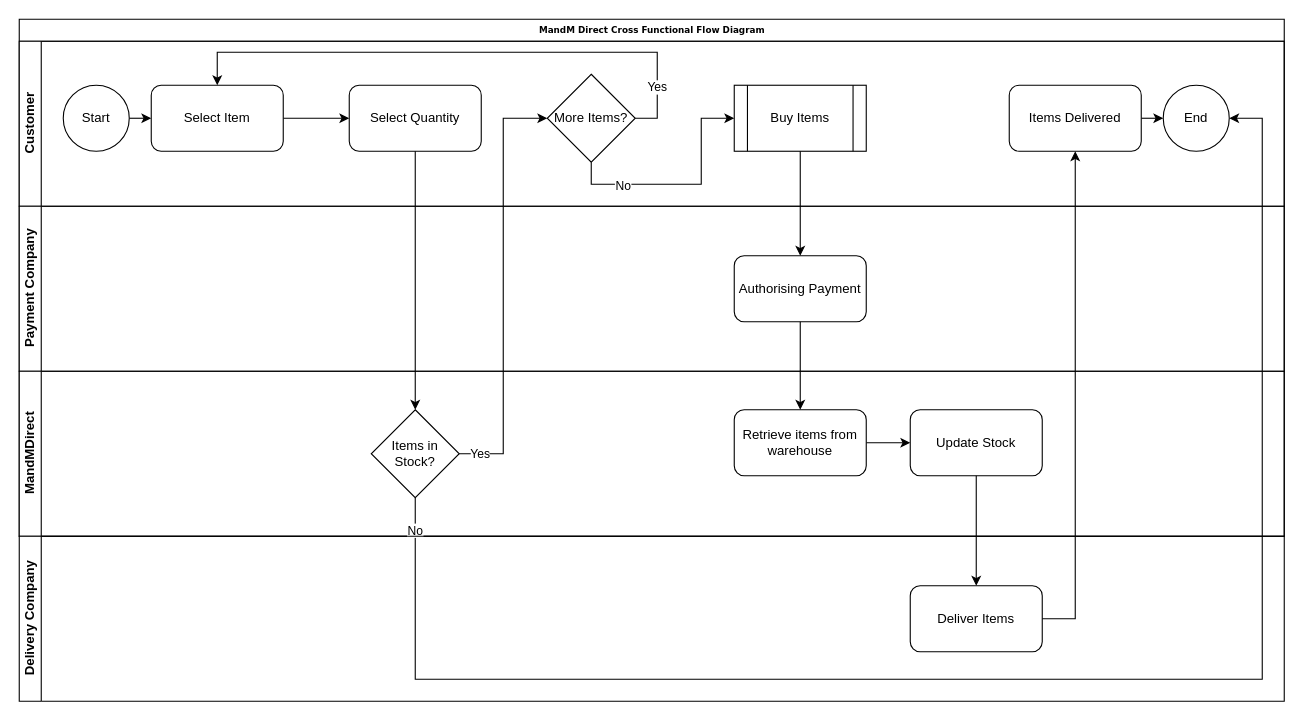
The draw.io diagram week1/Cross Functional Flow Diagram Shop.drawio in Darren-ODonnell/BusinessModellingDiagrams, before the edit. Source tidied: cells renumbered, new cells numbered last; positions are measured from the earlier drawing's top-left corner, leaving out a move shared by most shapes. Both pictures are drawn from the tidied source at 110%, with x=0, y=0 at pixel (19, 19).
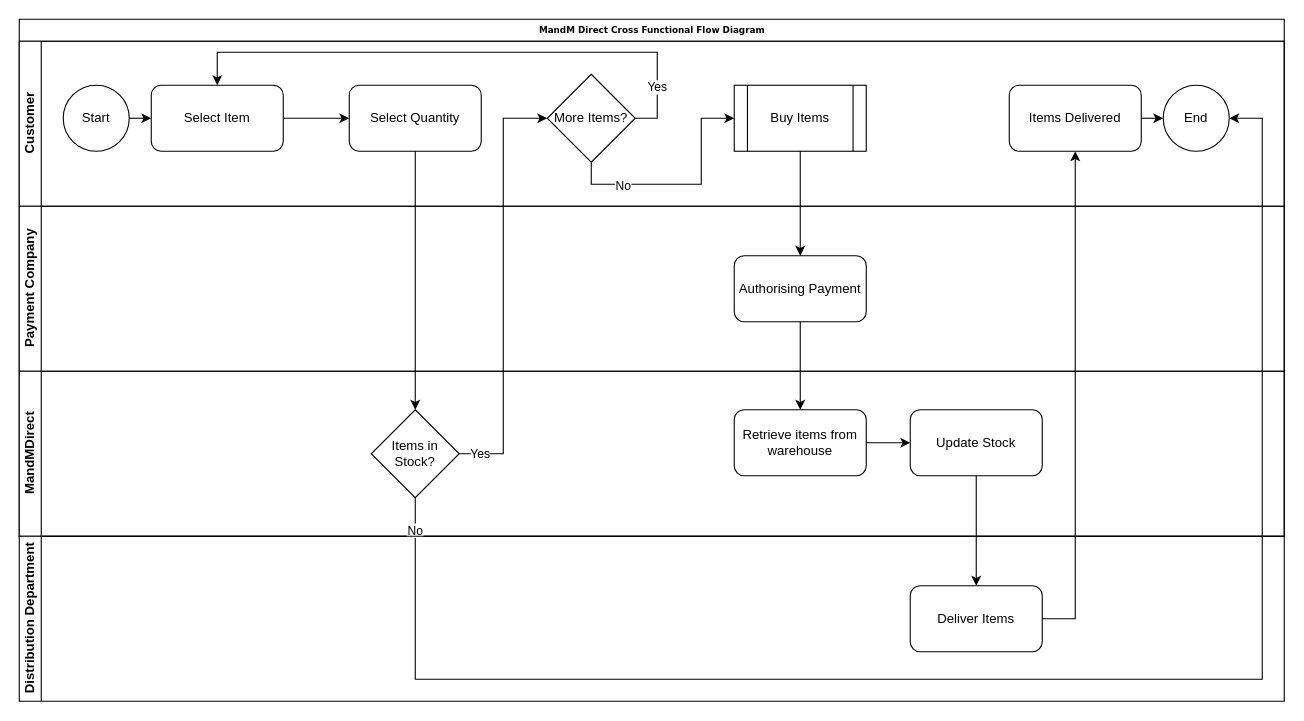
The same diagram, later.

The edit, as a diff of the source:
```diff
@@
-    <mxCell id="28" value="Delivery Company" style="swimlane;html=1;startSize=20;horizontal=0;" parent="1" vertex="1">
+    <mxCell id="28" value="Distribution Department" style="swimlane;html=1;startSize=20;horizontal=0;" parent="1" vertex="1">
       <mxGeometry y="470" width="1150" height="150" as="geometry" />
     </mxCell>
```
